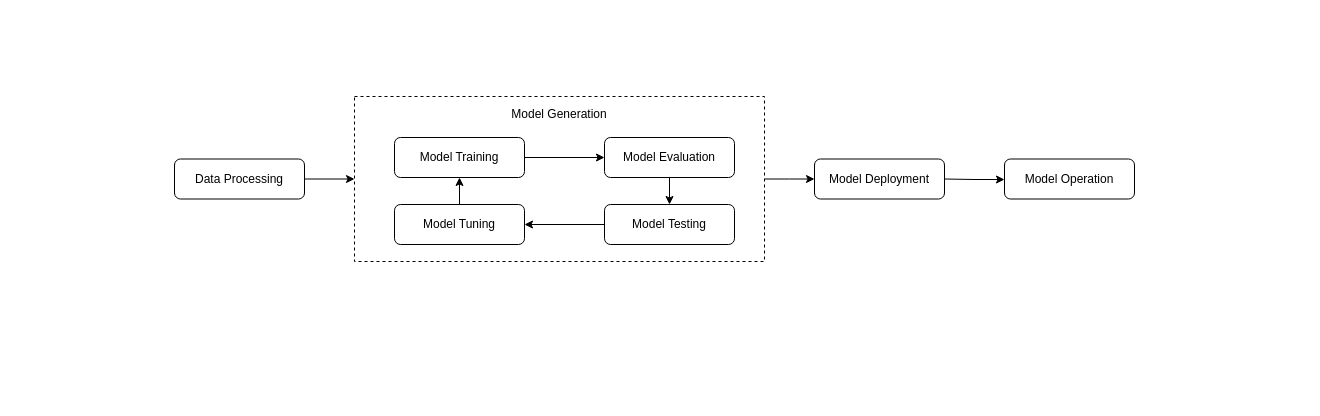
herobrine1010/AISEng keeps this draw.io diagram as AI_component_test_process.drawio. Above is the earlier version. Source tidied: cells renumbered, new cells numbered last; positions are measured from the earlier drawing's top-left corner, leaving out a move shared by most shapes. Both pictures are drawn from the tidied source at 100%, with x=0, y=0 at pixel (174, 96).
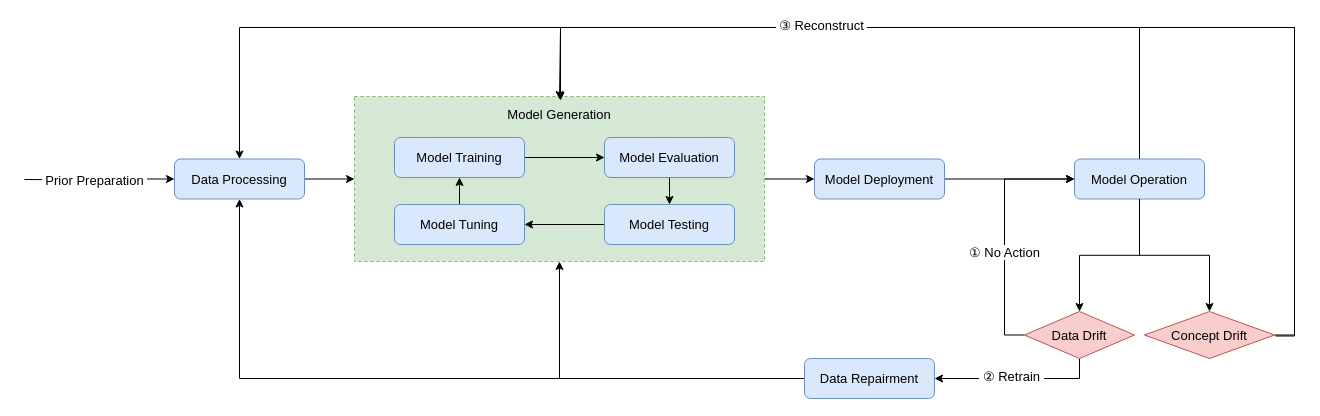
The same diagram, later.

What changed in the source:
```diff
@@
-    <mxCell id="2" style="edgeStyle=orthogonalEdgeStyle;rounded=0;jettySize=auto;html=1;exitX=1;exitY=0.5;exitDx=0;exitDy=0;entryX=0;entryY=0.5;entryDx=0;entryDy=0;" parent="1" edge="1" source="3">
+    <mxCell id="2" style="edgeStyle=orthogonalEdgeStyle;rounded=0;jettySize=auto;html=1;exitX=1;exitY=0.5;exitDx=0;exitDy=0;entryX=0;entryY=0.5;entryDx=0;entryDy=0;fontSize=13;" parent="1" edge="1" source="3">
       <mxGeometry relative="1" as="geometry">
         <mxPoint x="640" y="82.5" as="targetPoint" />
       </mxGeometry>
     </mxCell>
-    <mxCell id="3" style="rounded=0;whiteSpace=wrap;html=1;dashed=1;" parent="1" vertex="1">
+    <mxCell id="3" style="rounded=0;whiteSpace=wrap;html=1;dashed=1;fillColor=#d5e8d4;strokeColor=#82b366;fontSize=13;" parent="1" vertex="1">
       <mxGeometry x="180" width="410" height="165" as="geometry" />
     </mxCell>
-    <mxCell id="4" style="edgeStyle=orthogonalEdgeStyle;rounded=0;orthogonalLoop=1;jettySize=auto;html=1;exitX=1;exitY=0.5;exitDx=0;exitDy=0;entryX=0;entryY=0.5;entryDx=0;entryDy=0;" parent="1" edge="1">
+    <mxCell id="4" style="edgeStyle=orthogonalEdgeStyle;rounded=0;orthogonalLoop=1;jettySize=auto;html=1;exitX=1;exitY=0.5;exitDx=0;exitDy=0;entryX=0;entryY=0.5;entryDx=0;entryDy=0;fontSize=13;" parent="1" edge="1">
       <mxGeometry relative="1" as="geometry">
         <mxPoint x="350" y="61" as="sourcePoint" />
         <mxPoint x="430" y="61" as="targetPoint" />
       </mxGeometry>
     </mxCell>
-    <mxCell id="5" style="edgeStyle=orthogonalEdgeStyle;rounded=0;orthogonalLoop=1;jettySize=auto;html=1;exitX=0.5;exitY=1;exitDx=0;exitDy=0;entryX=0.5;entryY=0;entryDx=0;entryDy=0;" parent="1" edge="1">
+    <mxCell id="5" style="edgeStyle=orthogonalEdgeStyle;rounded=0;orthogonalLoop=1;jettySize=auto;html=1;exitX=0.5;exitY=1;exitDx=0;exitDy=0;entryX=0.5;entryY=0;entryDx=0;entryDy=0;fontSize=13;" parent="1" edge="1">
       <mxGeometry relative="1" as="geometry">
         <mxPoint x="495" y="81" as="sourcePoint" />
         <mxPoint x="495" y="108" as="targetPoint" />
       </mxGeometry>
     </mxCell>
-    <mxCell id="6" style="edgeStyle=orthogonalEdgeStyle;rounded=0;orthogonalLoop=1;jettySize=auto;html=1;exitX=0;exitY=0.5;exitDx=0;exitDy=0;entryX=1;entryY=0.5;entryDx=0;entryDy=0;" parent="1" edge="1">
+    <mxCell id="6" style="edgeStyle=orthogonalEdgeStyle;rounded=0;orthogonalLoop=1;jettySize=auto;html=1;exitX=0;exitY=0.5;exitDx=0;exitDy=0;entryX=1;entryY=0.5;entryDx=0;entryDy=0;fontSize=13;" parent="1" edge="1">
       <mxGeometry relative="1" as="geometry">
         <mxPoint x="430" y="128" as="sourcePoint" />
         <mxPoint x="350" y="128" as="targetPoint" />
       </mxGeometry>
     </mxCell>
-    <mxCell id="7" value="Model Generation" style="text;html=1;strokeColor=none;fillColor=none;align=center;verticalAlign=middle;whiteSpace=wrap;rounded=0;" parent="1" vertex="1">
+    <mxCell id="7" value="Model Generation" style="text;html=1;strokeColor=none;fillColor=none;align=center;verticalAlign=middle;whiteSpace=wrap;rounded=0;fontSize=13;" parent="1" vertex="1">
       <mxGeometry x="295" y="3" width="180" height="30" as="geometry" />
     </mxCell>
-    <mxCell id="8" style="edgeStyle=orthogonalEdgeStyle;rounded=0;orthogonalLoop=1;jettySize=auto;html=1;exitX=1;exitY=0.5;exitDx=0;exitDy=0;" parent="1" edge="1">
-      <mxGeometry relative="1" as="geometry">
-        <mxPoint x="770" y="82.5" as="sourcePoint" />
-        <mxPoint x="830" y="83" as="targetPoint" />
-      </mxGeometry>
-    </mxCell>
-    <mxCell id="9" style="edgeStyle=orthogonalEdgeStyle;rounded=0;orthogonalLoop=1;jettySize=auto;html=1;exitX=0.5;exitY=0;exitDx=0;exitDy=0;entryX=0.5;entryY=1;entryDx=0;entryDy=0;" parent="1" edge="1">
+    <mxCell id="9" style="edgeStyle=orthogonalEdgeStyle;rounded=0;orthogonalLoop=1;jettySize=auto;html=1;exitX=0.5;exitY=0;exitDx=0;exitDy=0;entryX=0.5;entryY=1;entryDx=0;entryDy=0;fontSize=13;" parent="1" edge="1">
       <mxGeometry relative="1" as="geometry">
         <mxPoint x="285" y="108" as="sourcePoint" />
         <mxPoint x="285" y="81" as="targetPoint" />
       </mxGeometry>
     </mxCell>
-    <mxCell id="10" style="edgeStyle=orthogonalEdgeStyle;rounded=0;jettySize=auto;html=1;exitX=1;exitY=0.5;exitDx=0;exitDy=0;entryX=0;entryY=0.5;entryDx=0;entryDy=0;" parent="1" edge="1" source="11" target="3">
+    <mxCell id="10" style="edgeStyle=orthogonalEdgeStyle;rounded=0;jettySize=auto;html=1;exitX=1;exitY=0.5;exitDx=0;exitDy=0;entryX=0;entryY=0.5;entryDx=0;entryDy=0;fontSize=13;" parent="1" edge="1" source="11" target="3">
       <mxGeometry relative="1" as="geometry" />
     </mxCell>
+    <mxCell id="18" style="edgeStyle=orthogonalEdgeStyle;rounded=0;jettySize=auto;html=1;entryX=0;entryY=0.5;entryDx=0;entryDy=0;fontSize=13;" parent="1" edge="1" target="11">
+      <mxGeometry relative="1" as="geometry">
+        <mxPoint x="-150" y="83" as="sourcePoint" />
+      </mxGeometry>
+    </mxCell>
+    <mxCell id="19" value="&amp;nbsp;Prior Preparation&amp;nbsp;" style="edgeLabel;html=1;align=center;verticalAlign=middle;fontSize=13;" parent="18" vertex="1">
+      <mxGeometry x="-0.07" relative="1" as="geometry" />
+    </mxCell>
-    <mxCell id="11" value="Data Processing" style="rounded=1;whiteSpace=wrap;html=1;" parent="1" vertex="1">
+    <mxCell id="11" value="Data Processing" style="rounded=1;whiteSpace=wrap;html=1;fillColor=#dae8fc;strokeColor=#6c8ebf;fontSize=13;" parent="1" vertex="1">
       <mxGeometry y="62.5" width="130" height="40" as="geometry" />
     </mxCell>
-    <mxCell id="12" value="Model Training" style="rounded=1;whiteSpace=wrap;html=1;" parent="1" vertex="1">
+    <mxCell id="12" value="Model Training" style="rounded=1;whiteSpace=wrap;html=1;fillColor=#dae8fc;strokeColor=#6c8ebf;fontSize=13;" parent="1" vertex="1">
       <mxGeometry x="220" y="41" width="130" height="40" as="geometry" />
     </mxCell>
+    <mxCell id="20" style="edgeStyle=orthogonalEdgeStyle;rounded=0;jettySize=auto;html=1;exitX=0.5;exitY=0;exitDx=0;exitDy=0;entryX=0.5;entryY=0;entryDx=0;entryDy=0;fontSize=13;" parent="1" edge="1" source="13" target="7">
+      <mxGeometry relative="1" as="geometry">
+        <Array as="points">
+          <mxPoint x="965" y="-69" />
+          <mxPoint x="386" y="-69" />
+          <mxPoint x="386" y="3" />
+        </Array>
+      </mxGeometry>
+    </mxCell>
-    <mxCell id="13" value="Model Operation" style="rounded=1;whiteSpace=wrap;html=1;" parent="1" vertex="1">
-      <mxGeometry x="830" y="62.5" width="130" height="40" as="geometry" />
+    <mxCell id="13" value="Model Operation" style="rounded=1;whiteSpace=wrap;html=1;fillColor=#dae8fc;strokeColor=#6c8ebf;fontSize=13;" parent="1" vertex="1">
+      <mxGeometry x="900" y="62.5" width="130" height="40" as="geometry" />
     </mxCell>
-    <mxCell id="14" value="Model Tuning" style="rounded=1;whiteSpace=wrap;html=1;" parent="1" vertex="1">
+    <mxCell id="14" value="Model Tuning" style="rounded=1;whiteSpace=wrap;html=1;fillColor=#dae8fc;strokeColor=#6c8ebf;fontSize=13;" parent="1" vertex="1">
       <mxGeometry x="220" y="108" width="130" height="40" as="geometry" />
     </mxCell>
-    <mxCell id="15" value="Model Evaluation" style="rounded=1;whiteSpace=wrap;html=1;" parent="1" vertex="1">
+    <mxCell id="15" value="Model Evaluation" style="rounded=1;whiteSpace=wrap;html=1;fillColor=#dae8fc;strokeColor=#6c8ebf;fontSize=13;" parent="1" vertex="1">
       <mxGeometry x="430" y="41" width="130" height="40" as="geometry" />
     </mxCell>
-    <mxCell id="16" value="Model Testing" style="rounded=1;whiteSpace=wrap;html=1;" parent="1" vertex="1">
+    <mxCell id="16" value="Model Testing" style="rounded=1;whiteSpace=wrap;html=1;fillColor=#dae8fc;strokeColor=#6c8ebf;fontSize=13;" parent="1" vertex="1">
       <mxGeometry x="430" y="108" width="130" height="40" as="geometry" />
     </mxCell>
+    <mxCell id="21" style="edgeStyle=orthogonalEdgeStyle;rounded=0;jettySize=auto;html=1;exitX=1;exitY=0.5;exitDx=0;exitDy=0;entryX=0;entryY=0.5;entryDx=0;entryDy=0;fontSize=13;" parent="1" edge="1" source="17" target="13">
+      <mxGeometry relative="1" as="geometry" />
+    </mxCell>
-    <mxCell id="17" value="Model Deployment" style="rounded=1;whiteSpace=wrap;html=1;" parent="1" vertex="1">
+    <mxCell id="17" value="Model Deployment" style="rounded=1;whiteSpace=wrap;html=1;fillColor=#dae8fc;strokeColor=#6c8ebf;fontSize=13;" parent="1" vertex="1">
       <mxGeometry x="640" y="62.5" width="130" height="40" as="geometry" />
     </mxCell>
+    <mxCell id="22" value="① No Action" style="edgeStyle=orthogonalEdgeStyle;rounded=0;jettySize=auto;html=1;exitX=0;exitY=0.5;exitDx=0;exitDy=0;exitPerimeter=0;entryX=0;entryY=0.5;entryDx=0;entryDy=0;fontSize=13;" parent="1" edge="1" source="24" target="13">
+      <mxGeometry x="-0.16" relative="1" as="geometry" />
+    </mxCell>
+    <mxCell id="23" style="edgeStyle=orthogonalEdgeStyle;rounded=0;jettySize=auto;html=1;exitX=0.5;exitY=1;exitDx=0;exitDy=0;exitPerimeter=0;entryX=1;entryY=0.5;entryDx=0;entryDy=0;fontSize=13;" parent="1" edge="1" source="24" target="34">
+      <mxGeometry relative="1" as="geometry" />
+    </mxCell>
+    <mxCell id="24" value="Data Drift" style="strokeWidth=1;html=1;shape=mxgraph.flowchart.decision;whiteSpace=wrap;fillColor=#f8cecc;strokeColor=#b85450;fontSize=13;" parent="1" vertex="1">
+      <mxGeometry x="850" y="215" width="110" height="47" as="geometry" />
+    </mxCell>
+    <mxCell id="25" style="edgeStyle=orthogonalEdgeStyle;rounded=0;jettySize=auto;html=1;exitX=1;exitY=0.5;exitDx=0;exitDy=0;exitPerimeter=0;entryX=0.5;entryY=0;entryDx=0;entryDy=0;fontSize=13;" parent="1" edge="1" source="28" target="11">
+      <mxGeometry relative="1" as="geometry">
+        <Array as="points">
+          <mxPoint x="1120" y="239" />
+          <mxPoint x="1120" y="-69" />
+          <mxPoint x="65" y="-69" />
+        </Array>
+      </mxGeometry>
+    </mxCell>
+    <mxCell id="26" style="edgeStyle=orthogonalEdgeStyle;rounded=0;orthogonalLoop=1;jettySize=auto;html=1;exitX=1;exitY=0.5;exitDx=0;exitDy=0;exitPerimeter=0;entryX=0.5;entryY=0;entryDx=0;entryDy=0;fontSize=13;" parent="1" edge="1">
+      <mxGeometry relative="1" as="geometry">
+        <mxPoint x="1101" y="239.5" as="sourcePoint" />
+        <mxPoint x="386" y="4" as="targetPoint" />
+        <Array as="points">
+          <mxPoint x="1120" y="239" />
+          <mxPoint x="1120" y="-69" />
+          <mxPoint x="386" y="-69" />
+        </Array>
+      </mxGeometry>
+    </mxCell>
+    <mxCell id="27" value="&amp;nbsp;③ Reconstruct&amp;nbsp;" style="edgeLabel;html=1;align=center;verticalAlign=middle;fontSize=13;" parent="26" vertex="1">
+      <mxGeometry x="0.41" y="-4" relative="1" as="geometry">
+        <mxPoint x="-1" y="1" as="offset" />
+      </mxGeometry>
+    </mxCell>
+    <mxCell id="28" value="Concept Drift" style="strokeWidth=1;html=1;shape=mxgraph.flowchart.decision;whiteSpace=wrap;fillColor=#f8cecc;strokeColor=#b85450;fontSize=13;" parent="1" vertex="1">
+      <mxGeometry x="970" y="215" width="130" height="47" as="geometry" />
+    </mxCell>
+    <mxCell id="29" style="edgeStyle=orthogonalEdgeStyle;rounded=0;jettySize=auto;html=1;exitX=0.5;exitY=1;exitDx=0;exitDy=0;entryX=0.5;entryY=0;entryDx=0;entryDy=0;entryPerimeter=0;fontSize=13;" parent="1" edge="1" source="13" target="24">
+      <mxGeometry relative="1" as="geometry" />
+    </mxCell>
+    <mxCell id="30" style="edgeStyle=orthogonalEdgeStyle;rounded=0;jettySize=auto;html=1;exitX=0.5;exitY=1;exitDx=0;exitDy=0;entryX=0.5;entryY=0;entryDx=0;entryDy=0;entryPerimeter=0;fontSize=13;" parent="1" edge="1" source="13" target="28">
+      <mxGeometry relative="1" as="geometry" />
+    </mxCell>
+    <mxCell id="31" style="edgeStyle=orthogonalEdgeStyle;rounded=0;jettySize=auto;html=1;exitX=0;exitY=0.5;exitDx=0;exitDy=0;entryX=0.5;entryY=1;entryDx=0;entryDy=0;fontSize=13;" parent="1" edge="1" source="34" target="3">
+      <mxGeometry relative="1" as="geometry" />
+    </mxCell>
+    <mxCell id="32" style="edgeStyle=orthogonalEdgeStyle;rounded=0;jettySize=auto;html=1;exitX=0;exitY=0.5;exitDx=0;exitDy=0;entryX=0.5;entryY=1;entryDx=0;entryDy=0;fontSize=13;" parent="1" edge="1" source="34" target="11">
+      <mxGeometry relative="1" as="geometry" />
+    </mxCell>
+    <mxCell id="33" value="&amp;nbsp;②&amp;nbsp;Retrain&amp;nbsp;" style="edgeLabel;html=1;align=center;verticalAlign=middle;fontSize=13;" parent="32" vertex="1">
+      <mxGeometry x="-0.46" y="-3" relative="1" as="geometry">
+        <mxPoint x="407" as="offset" />
+      </mxGeometry>
+    </mxCell>
+    <mxCell id="34" value="Data Repairment" style="rounded=1;whiteSpace=wrap;html=1;fillColor=#dae8fc;strokeColor=#6c8ebf;fontSize=13;" parent="1" vertex="1">
+      <mxGeometry x="630" y="262" width="130" height="40" as="geometry" />
+    </mxCell>
```
